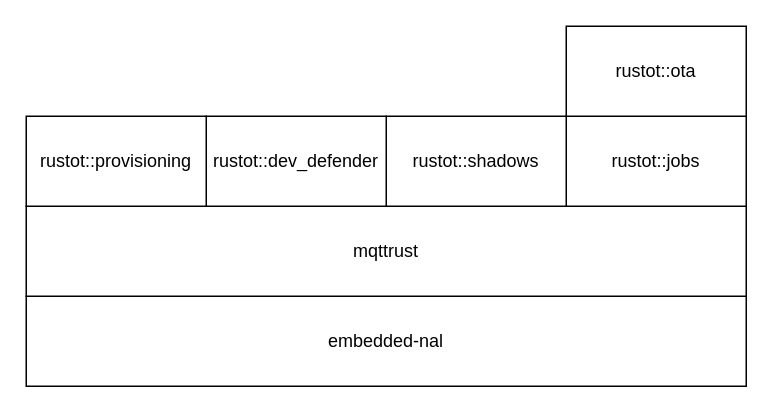
The draw.io diagram documentation/stack.drawio in FactbirdHQ/rustot, before the edit. Source tidied: cells renumbered, new cells numbered last; positions are measured from the earlier drawing's top-left corner, leaving out a move shared by most shapes. Both pictures are drawn from the tidied source at 150%, with x=0, y=0 at pixel (26, 26).
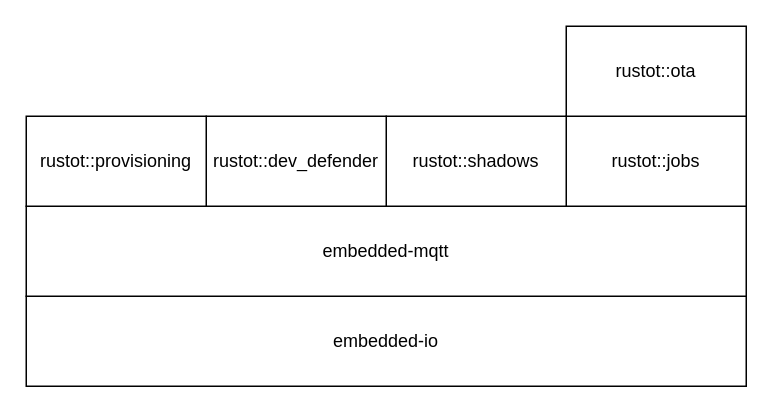
The same diagram, later.

Change to the diagram source:
```diff
@@
 <mxGraphModel>
   <root>
     <mxCell id="0" />
     <mxCell id="1" parent="0" />
-    <mxCell id="2" value="embedded-nal" style="rounded=0;whiteSpace=wrap;html=1;" parent="1" vertex="1">
+    <mxCell id="2" value="embedded-io" style="rounded=0;whiteSpace=wrap;html=1;" parent="1" vertex="1">
       <mxGeometry y="180" width="480" height="60" as="geometry" />
     </mxCell>
-    <mxCell id="3" value="mqttrust" style="rounded=0;whiteSpace=wrap;html=1;" parent="1" vertex="1">
+    <mxCell id="3" value="embedded-mqtt" style="rounded=0;whiteSpace=wrap;html=1;" parent="1" vertex="1">
       <mxGeometry y="120" width="480" height="60" as="geometry" />
     </mxCell>
     <mxCell id="4" value="rustot::jobs" style="rounded=0;whiteSpace=wrap;html=1;" parent="1" vertex="1">
       <mxGeometry x="360" y="60" width="120" height="60" as="geometry" />
     </mxCell>
     <mxCell id="5" value="rustot::ota" style="rounded=0;whiteSpace=wrap;html=1;" parent="1" vertex="1">
       <mxGeometry x="360" width="120" height="60" as="geometry" />
     </mxCell>
     <mxCell id="6" value="rustot::shadows" style="rounded=0;whiteSpace=wrap;html=1;" parent="1" vertex="1">
       <mxGeometry x="240" y="60" width="120" height="60" as="geometry" />
     </mxCell>
     <mxCell id="7" value="rustot::dev_defender" style="rounded=0;whiteSpace=wrap;html=1;" parent="1" vertex="1">
       <mxGeometry x="120" y="60" width="120" height="60" as="geometry" />
     </mxCell>
     <mxCell id="8" value="rustot::provisioning" style="rounded=0;whiteSpace=wrap;html=1;" parent="1" vertex="1">
       <mxGeometry y="60" width="120" height="60" as="geometry" />
     </mxCell>
   </root>
 </mxGraphModel>
```
